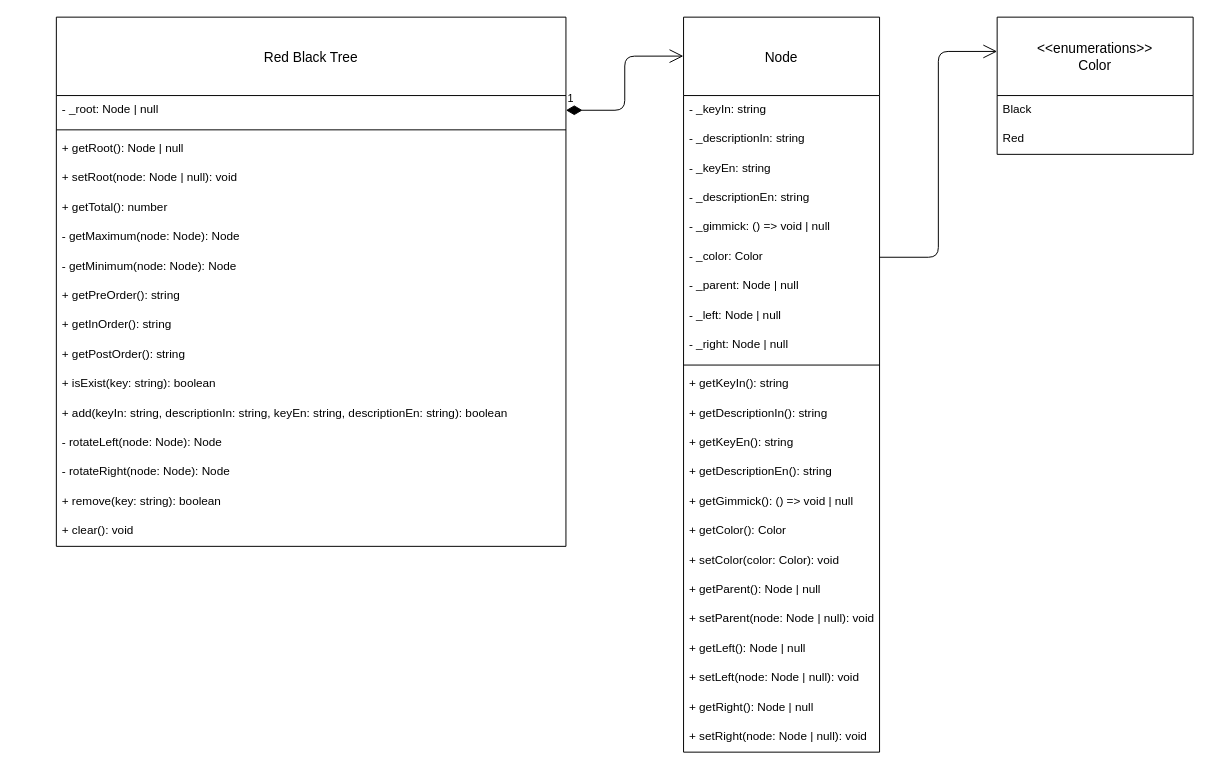
Earlier version of the draw.io diagram diagram/class-diagram.drawio (Lexionary/Lexionary). Source tidied: cells renumbered, new cells numbered last; positions are measured from the earlier drawing's top-left corner, leaving out a move shared by most shapes. Both pictures are drawn from the tidied source at 98%, with x=0, y=0 at pixel (56, 17).
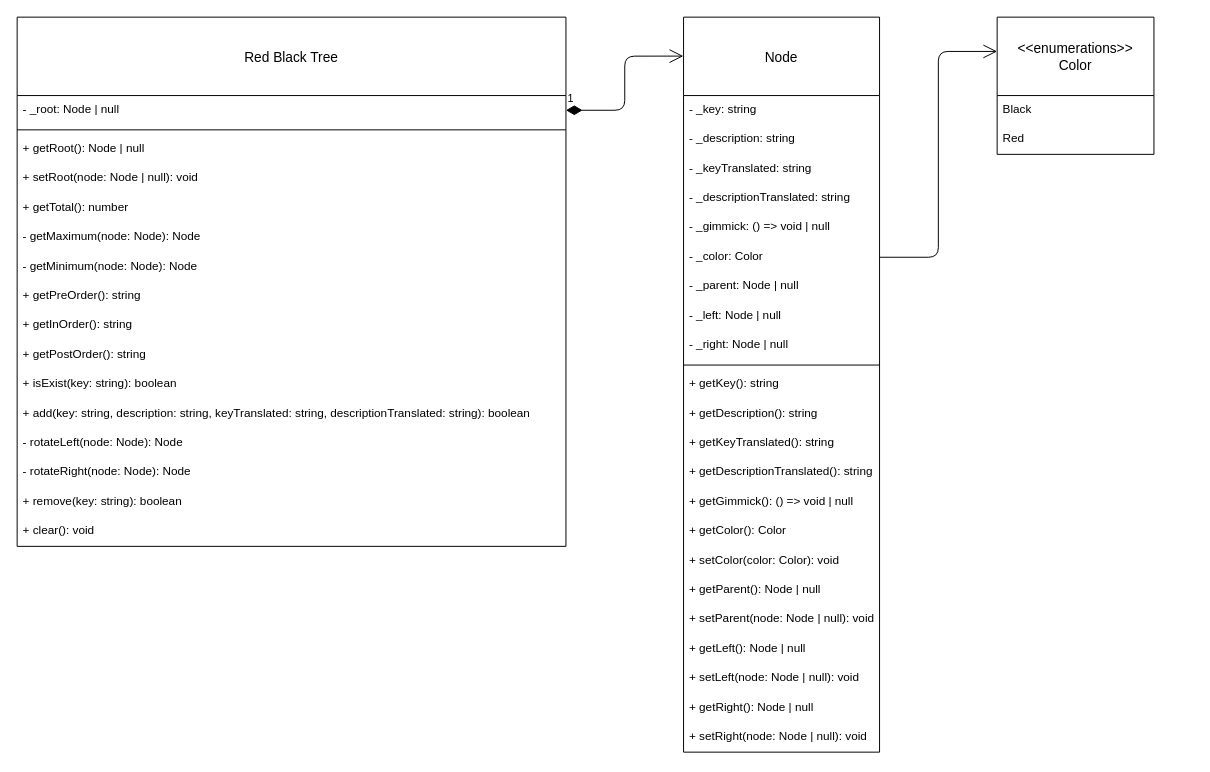
The same diagram, later.

Commit message (it also covers changes not shown here):
feat: final class diagram

The change refers to these unchanged cells:
```xml
<mxCell id="2" value="Node" style="swimlane;fontStyle=0;horizontal=1;startSize=80;align=center;fontSize=14;direction=east;" parent="1" vertex="1">
  <mxGeometry x="640" width="200" height="750" as="geometry" />
</mxCell>
```

The edit, as a diff of the source:
```diff
@@
-    <mxCell id="3" value="- _keyIn: string" style="text;strokeColor=none;fillColor=none;spacingLeft=4;spacingRight=4;overflow=hidden;fontSize=12;" parent="2" vertex="1">
+    <mxCell id="3" value="- _key: string" style="text;strokeColor=none;fillColor=none;spacingLeft=4;spacingRight=4;overflow=hidden;fontSize=12;" parent="2" vertex="1">
       <mxGeometry y="80" width="200" height="30" as="geometry" />
     </mxCell>
-    <mxCell id="4" value="- _descriptionIn: string" style="text;strokeColor=none;fillColor=none;spacingLeft=4;spacingRight=4;overflow=hidden;fontSize=12;" parent="2" vertex="1">
+    <mxCell id="4" value="- _description: string" style="text;strokeColor=none;fillColor=none;spacingLeft=4;spacingRight=4;overflow=hidden;fontSize=12;" parent="2" vertex="1">
       <mxGeometry y="110" width="200" height="30" as="geometry" />
     </mxCell>
-    <mxCell id="5" value="- _keyEn: string" style="text;strokeColor=none;fillColor=none;spacingLeft=4;spacingRight=4;overflow=hidden;fontSize=12;" parent="2" vertex="1">
+    <mxCell id="5" value="- _keyTranslated: string" style="text;strokeColor=none;fillColor=none;spacingLeft=4;spacingRight=4;overflow=hidden;fontSize=12;" parent="2" vertex="1">
       <mxGeometry y="140" width="200" height="30" as="geometry" />
     </mxCell>
-    <mxCell id="6" value="- _descriptionEn: string" style="text;strokeColor=none;fillColor=none;spacingLeft=4;spacingRight=4;overflow=hidden;fontSize=12;" parent="2" vertex="1">
+    <mxCell id="6" value="- _descriptionTranslated: string" style="text;strokeColor=none;fillColor=none;spacingLeft=4;spacingRight=4;overflow=hidden;fontSize=12;" parent="2" vertex="1">
       <mxGeometry y="170" width="200" height="30" as="geometry" />
     </mxCell>
@@
-    <mxCell id="13" value="+ getKeyIn(): string" style="text;strokeColor=none;fillColor=none;spacingLeft=4;spacingRight=4;overflow=hidden;fontSize=12;" parent="2" vertex="1">
+    <mxCell id="13" value="+ getKey(): string" style="text;strokeColor=none;fillColor=none;spacingLeft=4;spacingRight=4;overflow=hidden;fontSize=12;" parent="2" vertex="1">
       <mxGeometry y="360" width="200" height="30" as="geometry" />
     </mxCell>
-    <mxCell id="14" value="+ getDescriptionIn(): string" style="text;strokeColor=none;fillColor=none;spacingLeft=4;spacingRight=4;overflow=hidden;fontSize=12;" parent="2" vertex="1">
+    <mxCell id="14" value="+ getDescription(): string" style="text;strokeColor=none;fillColor=none;spacingLeft=4;spacingRight=4;overflow=hidden;fontSize=12;" parent="2" vertex="1">
       <mxGeometry y="390" width="200" height="30" as="geometry" />
     </mxCell>
-    <mxCell id="15" value="+ getKeyEn(): string" style="text;strokeColor=none;fillColor=none;spacingLeft=4;spacingRight=4;overflow=hidden;fontSize=12;" parent="2" vertex="1">
+    <mxCell id="15" value="+ getKeyTranslated(): string" style="text;strokeColor=none;fillColor=none;spacingLeft=4;spacingRight=4;overflow=hidden;fontSize=12;" parent="2" vertex="1">
       <mxGeometry y="420" width="200" height="30" as="geometry" />
     </mxCell>
-    <mxCell id="16" value="+ getDescriptionEn(): string" style="text;strokeColor=none;fillColor=none;spacingLeft=4;spacingRight=4;overflow=hidden;fontSize=12;" parent="2" vertex="1">
+    <mxCell id="16" value="+ getDescriptionTranslated(): string" style="text;strokeColor=none;fillColor=none;spacingLeft=4;spacingRight=4;overflow=hidden;fontSize=12;" parent="2" vertex="1">
       <mxGeometry y="450" width="200" height="30" as="geometry" />
     </mxCell>
@@
     <mxCell id="26" value="&lt;&lt;enumerations&gt;&gt;&#10;Color" style="swimlane;fontStyle=0;horizontal=1;startSize=80;align=center;fontSize=14;" parent="1" vertex="1">
-      <mxGeometry x="960" width="200" height="140" as="geometry" />
+      <mxGeometry x="960" width="160" height="140" as="geometry" />
     </mxCell>
     <mxCell id="27" value="Black" style="text;strokeColor=none;fillColor=none;spacingLeft=4;spacingRight=4;overflow=hidden;fontSize=12;" parent="26" vertex="1">
-      <mxGeometry y="80" width="200" height="30" as="geometry" />
+      <mxGeometry y="80" width="160" height="30" as="geometry" />
     </mxCell>
     <mxCell id="28" value="Red" style="text;strokeColor=none;fillColor=none;spacingLeft=4;spacingRight=4;overflow=hidden;fontSize=12;" parent="26" vertex="1">
-      <mxGeometry y="110" width="200" height="30" as="geometry" />
+      <mxGeometry y="110" width="160" height="30" as="geometry" />
     </mxCell>
     <mxCell id="29" value="Red Black Tree" style="swimlane;fontStyle=0;horizontal=1;startSize=80;align=center;fontSize=14;direction=east;" parent="1" vertex="1">
-      <mxGeometry width="520" height="540" as="geometry" />
+      <mxGeometry x="-40" width="560" height="540" as="geometry" />
     </mxCell>
     <mxCell id="30" value="- _root: Node | null" style="text;strokeColor=none;fillColor=none;spacingLeft=4;spacingRight=4;overflow=hidden;points=[[0,0.5],[1,0.5]];portConstraint=eastwest;fontSize=12;" parent="29" vertex="1">
-      <mxGeometry y="80" width="520" height="30" as="geometry" />
+      <mxGeometry y="80" width="560" height="30" as="geometry" />
     </mxCell>
     <mxCell id="31" style="line;strokeWidth=1;dashed=0;labelPosition=right;align=left;verticalAlign=middle;spacingTop=0;spacingLeft=6;" parent="29" vertex="1">
-      <mxGeometry y="110" width="520" height="10" as="geometry" />
+      <mxGeometry y="110" width="560" height="10" as="geometry" />
     </mxCell>
     <mxCell id="32" value="+ getRoot(): Node | null" style="text;strokeColor=none;fillColor=none;spacingLeft=4;spacingRight=4;overflow=hidden;fontSize=12;" parent="29" vertex="1">
-      <mxGeometry y="120" width="520" height="30" as="geometry" />
+      <mxGeometry y="120" width="560" height="30" as="geometry" />
     </mxCell>
     <mxCell id="33" value="+ setRoot(node: Node | null): void" style="text;strokeColor=none;fillColor=none;spacingLeft=4;spacingRight=4;overflow=hidden;fontSize=12;" parent="29" vertex="1">
-      <mxGeometry y="150" width="520" height="30" as="geometry" />
+      <mxGeometry y="150" width="560" height="30" as="geometry" />
     </mxCell>
     <mxCell id="34" value="+ getTotal(): number" style="text;strokeColor=none;fillColor=none;spacingLeft=4;spacingRight=4;overflow=hidden;fontSize=12;" parent="29" vertex="1">
-      <mxGeometry y="180" width="520" height="30" as="geometry" />
+      <mxGeometry y="180" width="560" height="30" as="geometry" />
     </mxCell>
     <mxCell id="35" value="- getMaximum(node: Node): Node" style="text;strokeColor=none;fillColor=none;spacingLeft=4;spacingRight=4;overflow=hidden;fontSize=12;" parent="29" vertex="1">
-      <mxGeometry y="210" width="520" height="30" as="geometry" />
+      <mxGeometry y="210" width="560" height="30" as="geometry" />
     </mxCell>
     <mxCell id="36" value="- getMinimum(node: Node): Node" style="text;strokeColor=none;fillColor=none;spacingLeft=4;spacingRight=4;overflow=hidden;fontSize=12;" parent="29" vertex="1">
-      <mxGeometry y="240" width="520" height="30" as="geometry" />
+      <mxGeometry y="240" width="560" height="30" as="geometry" />
     </mxCell>
     <mxCell id="37" value="+ getPreOrder(): string" style="text;strokeColor=none;fillColor=none;spacingLeft=4;spacingRight=4;overflow=hidden;fontSize=12;" parent="29" vertex="1">
-      <mxGeometry y="270" width="520" height="30" as="geometry" />
+      <mxGeometry y="270" width="560" height="30" as="geometry" />
     </mxCell>
     <mxCell id="38" value="+ getInOrder(): string" style="text;strokeColor=none;fillColor=none;spacingLeft=4;spacingRight=4;overflow=hidden;fontSize=12;" parent="29" vertex="1">
-      <mxGeometry y="300" width="520" height="30" as="geometry" />
+      <mxGeometry y="300" width="560" height="30" as="geometry" />
     </mxCell>
     <mxCell id="39" value="+ getPostOrder(): string" style="text;strokeColor=none;fillColor=none;spacingLeft=4;spacingRight=4;overflow=hidden;fontSize=12;" parent="29" vertex="1">
-      <mxGeometry y="330" width="520" height="30" as="geometry" />
+      <mxGeometry y="330" width="560" height="30" as="geometry" />
     </mxCell>
     <mxCell id="40" value="+ isExist(key: string): boolean" style="text;strokeColor=none;fillColor=none;spacingLeft=4;spacingRight=4;overflow=hidden;fontSize=12;" parent="29" vertex="1">
-      <mxGeometry y="360" width="520" height="30" as="geometry" />
+      <mxGeometry y="360" width="560" height="30" as="geometry" />
     </mxCell>
-    <mxCell id="41" value="+ add(keyIn: string, descriptionIn: string, keyEn: string, descriptionEn: string): boolean" style="text;strokeColor=none;fillColor=none;spacingLeft=4;spacingRight=4;overflow=hidden;fontSize=12;" parent="29" vertex="1">
-      <mxGeometry y="390" width="520" height="30" as="geometry" />
+    <mxCell id="41" value="+ add(key: string, description: string, keyTranslated: string, descriptionTranslated: string): boolean" style="text;strokeColor=none;fillColor=none;spacingLeft=4;spacingRight=4;overflow=hidden;fontSize=12;" parent="29" vertex="1">
+      <mxGeometry y="390" width="560" height="30" as="geometry" />
     </mxCell>
     <mxCell id="42" value="- rotateLeft(node: Node): Node" style="text;strokeColor=none;fillColor=none;spacingLeft=4;spacingRight=4;overflow=hidden;fontSize=12;" parent="29" vertex="1">
-      <mxGeometry y="420" width="520" height="30" as="geometry" />
+      <mxGeometry y="420" width="560" height="30" as="geometry" />
     </mxCell>
     <mxCell id="43" value="- rotateRight(node: Node): Node" style="text;strokeColor=none;fillColor=none;spacingLeft=4;spacingRight=4;overflow=hidden;fontSize=12;" parent="29" vertex="1">
-      <mxGeometry y="450" width="520" height="30" as="geometry" />
+      <mxGeometry y="450" width="560" height="30" as="geometry" />
     </mxCell>
     <mxCell id="44" value="+ remove(key: string): boolean" style="text;strokeColor=none;fillColor=none;spacingLeft=4;spacingRight=4;overflow=hidden;fontSize=12;" parent="29" vertex="1">
-      <mxGeometry y="480" width="520" height="30" as="geometry" />
+      <mxGeometry y="480" width="560" height="30" as="geometry" />
     </mxCell>
     <mxCell id="45" value="+ clear(): void" style="text;strokeColor=none;fillColor=none;spacingLeft=4;spacingRight=4;overflow=hidden;fontSize=12;" parent="29" vertex="1">
-      <mxGeometry y="510" width="520" height="30" as="geometry" />
+      <mxGeometry y="510" width="560" height="30" as="geometry" />
     </mxCell>
```
